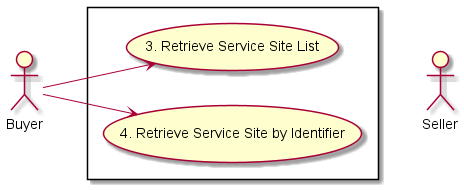
This is documentation/productApi/serviceability/site/media/useCases.png from MEF-GIT/MEF-LSO-Sonata-SDK, a PlantUML export, as it was before one commit. Source of this version:
```plantuml
@startuml

actor Seller

left to right direction
actor Buyer

rectangle {

Buyer --> (3. Retrieve Service Site List)
Buyer --> (4. Retrieve Service Site by Identifier)

Seller -[hidden]up-> (4. Retrieve Service Site by Identifier)
Seller -[hidden]up-> (3. Retrieve Service Site List)

}


@enduml
```
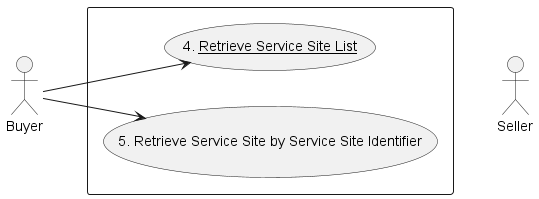
Later version of the same file.

What changed in the source:
```diff
@@ -7,11 +7,11 @@
 
 rectangle {
 
-Buyer --> (3. Retrieve Service Site List)
-Buyer --> (4. Retrieve Service Site by Identifier)
+Buyer --> (4. <u>Retrieve Service Site List</u>)
+Buyer --> (5. Retrieve Service Site by Service Site Identifier)
 
-Seller -[hidden]up-> (4. Retrieve Service Site by Identifier)
-Seller -[hidden]up-> (3. Retrieve Service Site List)
+Seller -[hidden]up-> (5. Retrieve Service Site by Service Site Identifier)
+Seller -[hidden]up-> (4. <u>Retrieve Service Site List</u>)
 
 }
 
```
